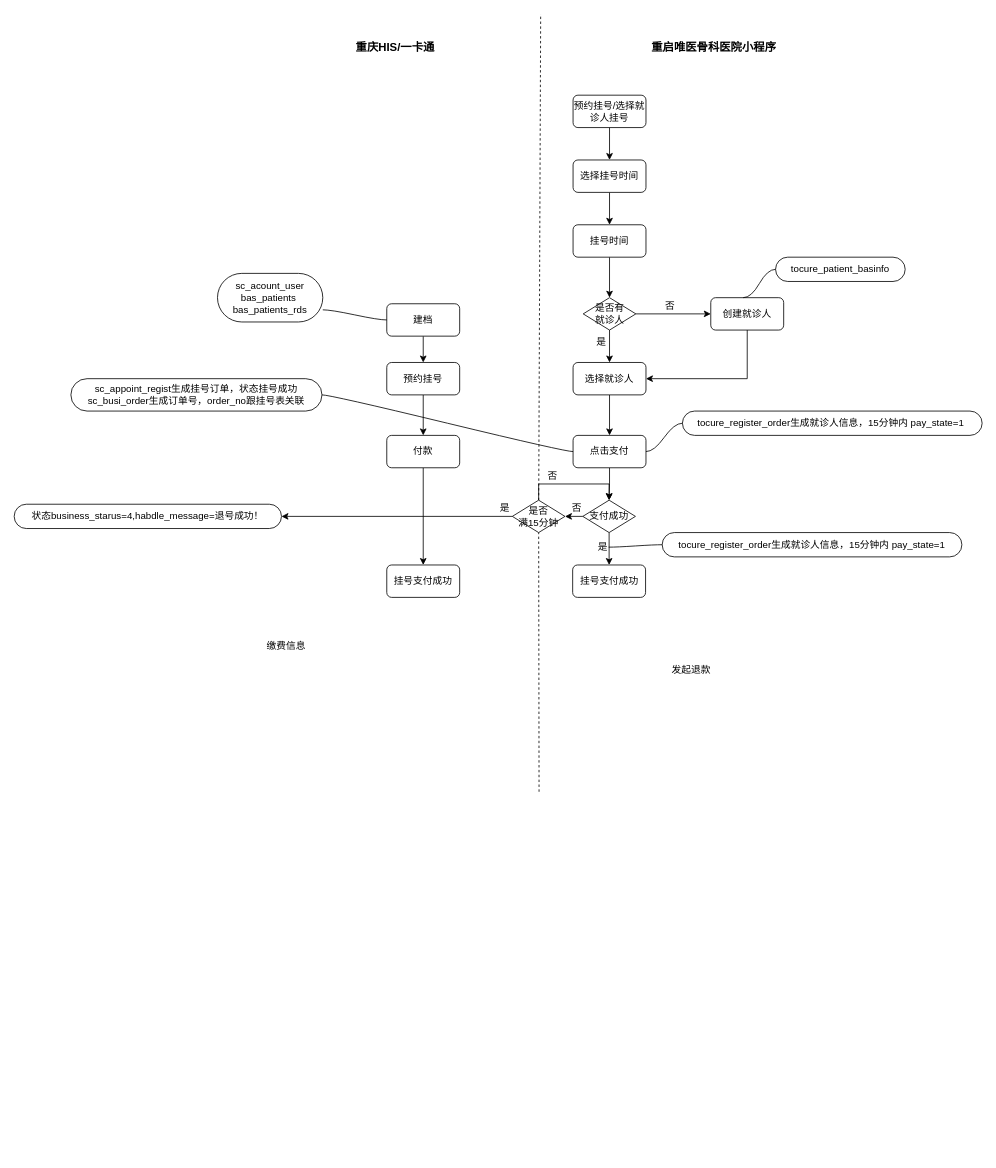
Above: Untitled Diagram.drawio in vectorxu/draw.io (draw.io), before the change. Source tidied: cells renumbered, new cells numbered last; positions are measured from the earlier drawing's top-left corner, leaving out a move shared by most shapes. Both pictures are drawn from the tidied source at 81%, with x=0, y=0 at pixel (14, 14).
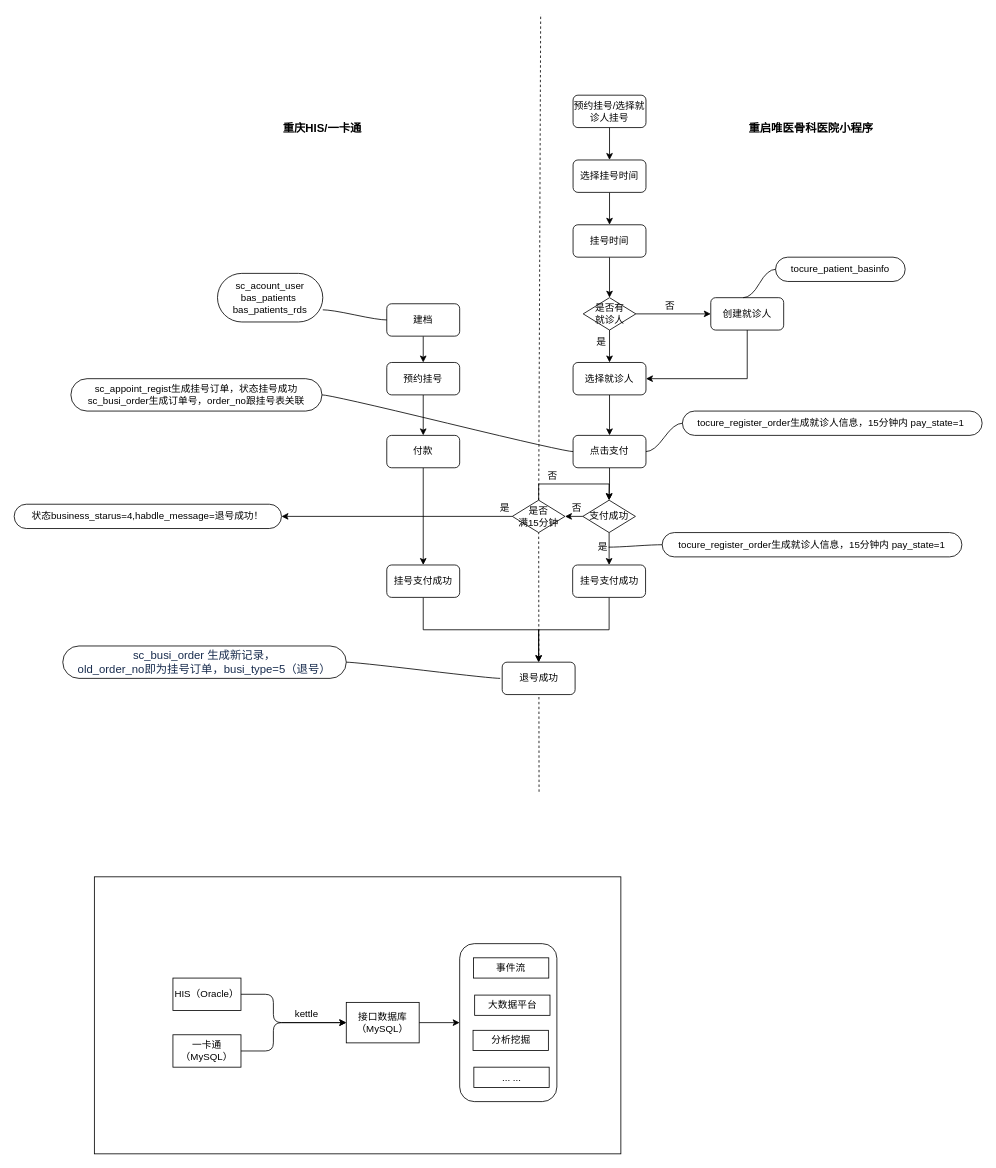
Above is the later version.

The change refers to these unchanged cells:
```xml
<mxCell id="31" value="挂号支付成功" style="rounded=1;whiteSpace=wrap;html=1;" parent="1" vertex="1">
  <mxGeometry x="689.5" y="680" width="90" height="40" as="geometry" />
</mxCell>
<mxCell id="51" value="挂号支付成功" style="rounded=1;whiteSpace=wrap;html=1;" parent="1" vertex="1">
  <mxGeometry x="460" y="680" width="90" height="40" as="geometry" />
</mxCell>
```

Change to the diagram source:
```diff
@@
+    <mxCell id="54" style="rounded=0;whiteSpace=wrap;html=1;" parent="1" vertex="1">
+      <mxGeometry x="99" y="1065" width="650" height="342" as="geometry" />
+    </mxCell>
@@
     <mxCell id="26" value="重启唯医骨科医院小程序" style="text;html=1;align=left;verticalAlign=top;spacingTop=-4;fontStyle=1;fontSize=14;" parent="1" vertex="1">
-      <mxGeometry x="785" y="30" width="150" height="20" as="geometry" />
+      <mxGeometry x="905" y="130" width="150" height="20" as="geometry" />
     </mxCell>
     <mxCell id="27" value="重庆HIS/一卡通" style="text;html=1;align=left;verticalAlign=top;spacingTop=-4;fontStyle=1;fontSize=14;" parent="1" vertex="1">
-      <mxGeometry x="420" y="30" width="110" height="20" as="geometry" />
+      <mxGeometry x="330" y="130" width="110" height="20" as="geometry" />
     </mxCell>
@@
+    <mxCell id="55" style="edgeStyle=orthogonalEdgeStyle;rounded=0;jettySize=auto;html=1;exitX=0.5;exitY=1;exitDx=0;exitDy=0;entryX=0.5;entryY=0;entryDx=0;entryDy=0;" parent="1" edge="1" source="31" target="57">
+      <mxGeometry relative="1" as="geometry" />
+    </mxCell>
@@
-    <mxCell id="43" value="缴费信息" style="text;html=1;align=left;verticalAlign=top;spacingTop=-4;" parent="1" vertex="1">
-      <mxGeometry x="310" y="770" width="60" height="20" as="geometry" />
-    </mxCell>
-    <mxCell id="44" value="发起退款" style="text;html=1;align=left;verticalAlign=top;spacingTop=-4;" parent="1" vertex="1">
-      <mxGeometry x="810" y="800" width="60" height="20" as="geometry" />
-    </mxCell>
@@
+    <mxCell id="56" style="edgeStyle=orthogonalEdgeStyle;rounded=0;jettySize=auto;html=1;exitX=0.5;exitY=1;exitDx=0;exitDy=0;entryX=0.5;entryY=0;entryDx=0;entryDy=0;" parent="1" edge="1" source="51" target="57">
+      <mxGeometry relative="1" as="geometry" />
+    </mxCell>
@@
+    <mxCell id="57" value="退号成功" style="rounded=1;whiteSpace=wrap;html=1;" parent="1" vertex="1">
+      <mxGeometry x="602.5" y="800" width="90" height="40" as="geometry" />
+    </mxCell>
+    <mxCell id="58" value="&lt;span style=&quot;color: rgb(23 , 43 , 77) ; font-family: , , &amp;#34;segoe ui&amp;#34; , &amp;#34;roboto&amp;#34; , &amp;#34;oxygen&amp;#34; , &amp;#34;ubuntu&amp;#34; , &amp;#34;fira sans&amp;#34; , &amp;#34;droid sans&amp;#34; , &amp;#34;helvetica neue&amp;#34; , sans-serif ; font-size: 14px ; text-align: left ; background-color: rgb(255 , 255 , 255)&quot;&gt;sc_busi_order 生成新记录，&lt;br&gt;&lt;/span&gt;&lt;span style=&quot;background-color: rgb(255 , 255 , 255)&quot;&gt;&lt;font color=&quot;#172b4d&quot;&gt;&lt;span style=&quot;font-size: 14px&quot;&gt;old_order_no即为挂号订单，&lt;/span&gt;&lt;/font&gt;&lt;/span&gt;&lt;span style=&quot;color: rgb(23 , 43 , 77) ; font-family: , , &amp;#34;segoe ui&amp;#34; , &amp;#34;roboto&amp;#34; , &amp;#34;oxygen&amp;#34; , &amp;#34;ubuntu&amp;#34; , &amp;#34;fira sans&amp;#34; , &amp;#34;droid sans&amp;#34; , &amp;#34;helvetica neue&amp;#34; , sans-serif ; font-size: 14px ; text-align: left ; background-color: rgb(255 , 255 , 255)&quot;&gt;busi_type=5（退号）&lt;/span&gt;" style="whiteSpace=wrap;html=1;rounded=1;arcSize=50;align=center;verticalAlign=middle;strokeWidth=1;spacing=4;" parent="1" vertex="1">
+      <mxGeometry x="60" y="780" width="350" height="40" as="geometry" />
+    </mxCell>
+    <mxCell id="59" style="edgeStyle=entityRelationEdgeStyle;startArrow=none;endArrow=none;segment=10;curved=1;exitX=1;exitY=0.5;exitDx=0;exitDy=0;" parent="1" edge="1" source="58">
+      <mxGeometry relative="1" as="geometry">
+        <mxPoint x="600" y="820" as="targetPoint" />
+      </mxGeometry>
+    </mxCell>
+    <mxCell id="60" value="HIS（Oracle）" style="rounded=0;whiteSpace=wrap;html=1;" parent="1" vertex="1">
+      <mxGeometry x="196" y="1190" width="84" height="40" as="geometry" />
+    </mxCell>
+    <mxCell id="61" value="一卡通（MySQL）" style="rounded=0;whiteSpace=wrap;html=1;" parent="1" vertex="1">
+      <mxGeometry x="196" y="1260" width="84" height="40" as="geometry" />
+    </mxCell>
+    <mxCell id="62" value="接口数据库（MySQL）" style="rounded=0;whiteSpace=wrap;html=1;" parent="1" vertex="1">
+      <mxGeometry x="410" y="1220" width="90" height="50" as="geometry" />
+    </mxCell>
+    <mxCell id="63" style="endArrow=classic;html=1;entryX=0;entryY=0.5;entryDx=0;entryDy=0;exitX=1;exitY=0.5;exitDx=0;exitDy=0;" parent="1" edge="1" source="60" target="62">
+      <mxGeometry relative="1" as="geometry">
+        <Array as="points">
+          <mxPoint x="320" y="1210" />
+          <mxPoint x="320" y="1245" />
+        </Array>
+      </mxGeometry>
+    </mxCell>
+    <mxCell id="64" style="endArrow=classic;html=1;exitX=1;exitY=0.5;exitDx=0;exitDy=0;entryX=0;entryY=0.5;entryDx=0;entryDy=0;" parent="1" edge="1" source="61" target="62">
+      <mxGeometry relative="1" as="geometry">
+        <Array as="points">
+          <mxPoint x="320" y="1280" />
+          <mxPoint x="320" y="1245" />
+        </Array>
+      </mxGeometry>
+    </mxCell>
+    <mxCell id="65" value="kettle" style="text;html=1;align=left;verticalAlign=top;spacingTop=-4;" parent="1" vertex="1">
+      <mxGeometry x="345" y="1225" width="40" height="20" as="geometry" />
+    </mxCell>
+    <mxCell id="66" style="rounded=1;whiteSpace=wrap;html=1;" parent="1" vertex="1">
+      <mxGeometry x="550" y="1147.5" width="120" height="195" as="geometry" />
+    </mxCell>
+    <mxCell id="67" style="endArrow=classic;html=1;" parent="1" edge="1" source="62">
+      <mxGeometry relative="1" as="geometry">
+        <mxPoint x="550" y="1245" as="targetPoint" />
+      </mxGeometry>
+    </mxCell>
+    <mxCell id="68" value="事件流" style="rounded=0;whiteSpace=wrap;html=1;" parent="1" vertex="1">
+      <mxGeometry x="567" y="1165" width="93" height="25" as="geometry" />
+    </mxCell>
+    <mxCell id="69" value="大数据平台" style="rounded=0;whiteSpace=wrap;html=1;" parent="1" vertex="1">
+      <mxGeometry x="568.5" y="1211" width="93" height="25" as="geometry" />
+    </mxCell>
+    <mxCell id="70" value="分析挖掘" style="rounded=0;whiteSpace=wrap;html=1;" parent="1" vertex="1">
+      <mxGeometry x="566.5" y="1254.5" width="93" height="25" as="geometry" />
+    </mxCell>
+    <mxCell id="71" value="... ..." style="rounded=0;whiteSpace=wrap;html=1;" parent="1" vertex="1">
+      <mxGeometry x="567.5" y="1300" width="93" height="25" as="geometry" />
+    </mxCell>
```
